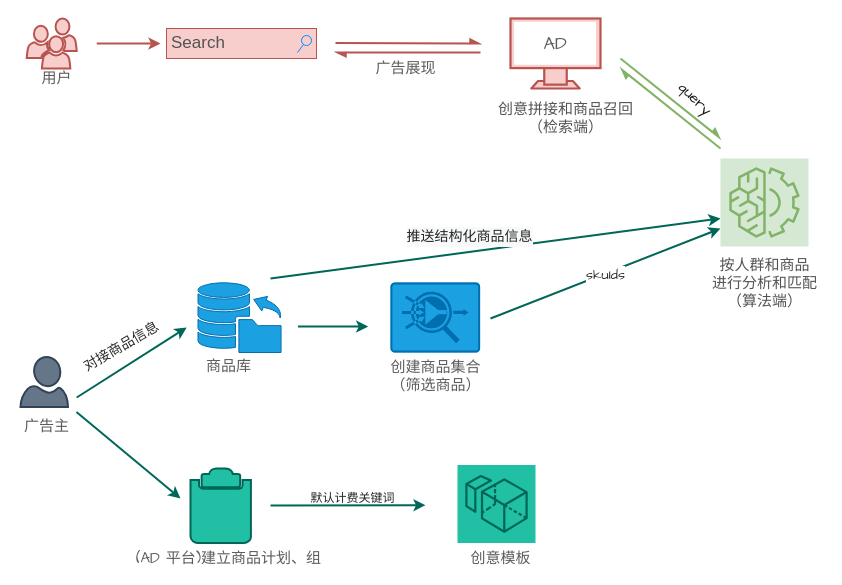
Jstarfish/picBed keeps this draw.io diagram as page "dpa流程" (2 of 6) of draw.io/dpa.drawio. Above is the earlier version. Source tidied: cells renumbered, new cells numbered last; positions are measured from the earlier drawing's top-left corner, leaving out a move shared by most shapes. Both pictures are drawn from the tidied source at 100%, with x=0, y=0 at pixel (16, 18).
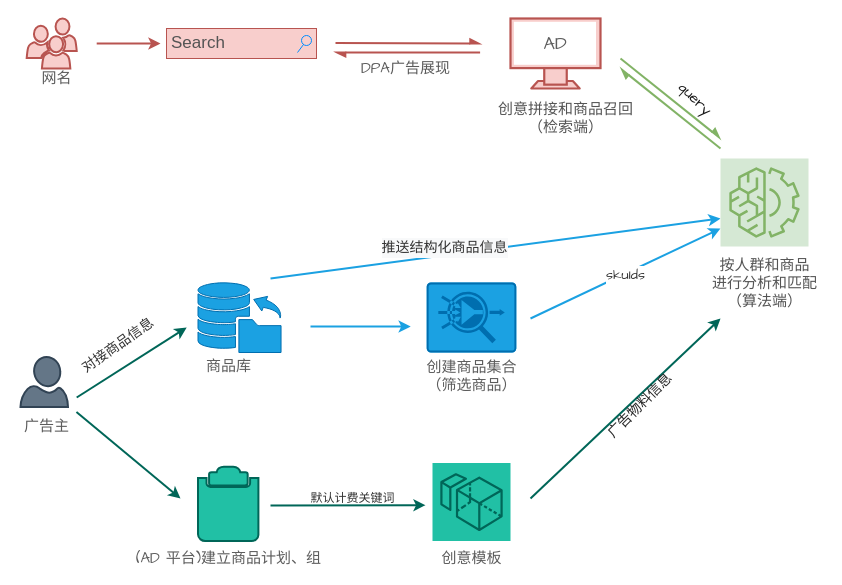
The same page after the edit.

The edit, as a diff of the source:
```diff
@@
-    <mxCell id="5" value="&lt;font style=&quot;font-size: 15px&quot; face=&quot;Comic Sans MS&quot;&gt;用户&lt;/font&gt;" style="text;html=1;align=center;verticalAlign=middle;fontColor=#5C5C5C;" parent="1" vertex="1">
+    <mxCell id="5" value="&lt;font style=&quot;font-size: 15px&quot; face=&quot;Comic Sans MS&quot;&gt;网名&lt;/font&gt;" style="text;html=1;align=center;verticalAlign=middle;fontColor=#5C5C5C;" parent="1" vertex="1">
       <mxGeometry x="15.2" y="50" width="50" height="20" as="geometry" />
     </mxCell>
@@
-    <mxCell id="9" style="edgeStyle=none;orthogonalLoop=1;jettySize=auto;html=1;strokeColor=#006658;fontColor=#5C5C5C;strokeWidth=2;" parent="1" edge="1">
+    <mxCell id="9" style="edgeStyle=none;orthogonalLoop=1;jettySize=auto;html=1;fontColor=#5C5C5C;strokeWidth=2;strokeColor=#1BA1E2;" parent="1" edge="1">
       <mxGeometry relative="1" as="geometry">
-        <mxPoint x="281.5" y="308" as="sourcePoint" />
-        <mxPoint x="351.7" y="308" as="targetPoint" />
+        <mxPoint x="294" y="308" as="sourcePoint" />
+        <mxPoint x="394.2" y="308" as="targetPoint" />
       </mxGeometry>
     </mxCell>
@@
     <mxCell id="12" style="shadow=0;dashed=0;html=1;labelPosition=center;verticalLabelPosition=bottom;verticalAlign=top;align=center;shape=mxgraph.veeam.failover_plan;fillColor=#21C0A5;strokeColor=#006658;fontColor=#5C5C5C;strokeWidth=2;" parent="1" vertex="1">
-      <mxGeometry x="174" y="450" width="60.4" height="74.4" as="geometry" />
+      <mxGeometry x="181.5" y="448.2" width="60.4" height="74.4" as="geometry" />
     </mxCell>
@@
     <mxCell id="14" style="verticalLabelPosition=bottom;html=1;verticalAlign=top;align=center;shape=mxgraph.cisco19.rect;prIcon=flow_collector;fillColor=#1ba1e2;strokeColor=#006EAF;fontColor=#ffffff;" parent="1" vertex="1">
-      <mxGeometry x="374" y="264" width="89.6" height="70" as="geometry" />
+      <mxGeometry x="410.2" y="264" width="89.6" height="70" as="geometry" />
     </mxCell>
     <mxCell id="15" value="&lt;font style=&quot;font-size: 15px&quot; face=&quot;Comic Sans MS&quot;&gt;创建商品集合&lt;br&gt;（筛选商品）&lt;/font&gt;" style="text;html=1;align=center;verticalAlign=middle;fontColor=#5C5C5C;" parent="1" vertex="1">
-      <mxGeometry x="363.8" y="338.4" width="110" height="40" as="geometry" />
+      <mxGeometry x="400" y="338.4" width="110" height="40" as="geometry" />
     </mxCell>
@@
     <mxCell id="18" style="fontColor=#5C5C5C;gradientDirection=north;dashed=0;verticalLabelPosition=bottom;verticalAlign=top;align=center;html=1;fontSize=12;fontStyle=0;shape=mxgraph.aws4.resourceIcon;resIcon=mxgraph.aws4.workspaces;rounded=0;sketch=0;fillColor=#21C0A5;strokeColor=#006658;" parent="1" vertex="1">
-      <mxGeometry x="441" y="446.4" width="78" height="78" as="geometry" />
+      <mxGeometry x="416" y="444.6" width="78" height="78" as="geometry" />
     </mxCell>
     <mxCell id="19" value="&lt;font face=&quot;Comic Sans MS&quot;&gt;&lt;span style=&quot;font-size: 15px&quot;&gt;创意模板&lt;/span&gt;&lt;/font&gt;" style="text;html=1;align=center;verticalAlign=middle;fontColor=#5C5C5C;" parent="1" vertex="1">
-      <mxGeometry x="444" y="530" width="80" height="20" as="geometry" />
+      <mxGeometry x="415" y="530" width="80" height="20" as="geometry" />
     </mxCell>
-    <mxCell id="20" style="edgeStyle=none;orthogonalLoop=1;jettySize=auto;html=1;strokeColor=#006658;fontColor=#5C5C5C;strokeWidth=2;" parent="1" edge="1">
+    <mxCell id="20" style="edgeStyle=none;orthogonalLoop=1;jettySize=auto;html=1;fontColor=#5C5C5C;strokeWidth=2;strokeColor=#1BA1E2;" parent="1" edge="1">
       <mxGeometry relative="1" as="geometry">
-        <mxPoint x="474" y="300" as="sourcePoint" />
+        <mxPoint x="514" y="300" as="sourcePoint" />
         <mxPoint x="704" y="210" as="targetPoint" />
       </mxGeometry>
     </mxCell>
-    <mxCell id="21" value="&lt;font style=&quot;font-size: 14px&quot;&gt;skuIds&lt;/font&gt;" style="edgeLabel;html=1;align=center;verticalAlign=middle;fontFamily=Comic Sans MS;fontSize=15;fontColor=#2B2B2B;" parent="20" vertex="1">
+    <mxCell id="21" value="&lt;font style=&quot;font-size: 14px&quot; color=&quot;#333333&quot;&gt;skuIds&lt;/font&gt;" style="edgeLabel;html=1;align=center;verticalAlign=middle;fontFamily=Comic Sans MS;fontSize=15;fontColor=#2B2B2B;" parent="20" vertex="1">
       <mxGeometry relative="1" as="geometry" />
     </mxCell>
@@
-    <mxCell id="24" value="&lt;font face=&quot;Comic Sans MS&quot; style=&quot;font-size: 15px&quot;&gt;广告展现&lt;/font&gt;" style="text;html=1;align=center;verticalAlign=middle;fontColor=#5C5C5C;" parent="1" vertex="1">
-      <mxGeometry x="349" y="40" width="80" height="20" as="geometry" />
+    <mxCell id="24" value="&lt;font face=&quot;Comic Sans MS&quot; style=&quot;font-size: 15px&quot;&gt;DPA广告展现&lt;/font&gt;" style="text;html=1;align=center;verticalAlign=middle;fontColor=#5C5C5C;" parent="1" vertex="1">
+      <mxGeometry x="334" y="40" width="110" height="20" as="geometry" />
     </mxCell>
@@
-    <mxCell id="26" style="edgeStyle=none;orthogonalLoop=1;jettySize=auto;html=1;strokeColor=#006658;fontColor=#5C5C5C;strokeWidth=2;" parent="1" edge="1">
+    <mxCell id="26" style="edgeStyle=none;orthogonalLoop=1;jettySize=auto;html=1;fontColor=#5C5C5C;strokeWidth=2;strokeColor=#1BA1E2;" parent="1" edge="1">
       <mxGeometry relative="1" as="geometry">
         <mxPoint x="254" y="260" as="sourcePoint" />
         <mxPoint x="704" y="200" as="targetPoint" />
       </mxGeometry>
     </mxCell>
-    <mxCell id="27" value="&lt;span style=&quot;font-size: 14px ; background-color: rgb(248 , 249 , 250)&quot;&gt;&lt;font color=&quot;#262626&quot;&gt;推送结构化商品信息&lt;/font&gt;&lt;/span&gt;" style="edgeLabel;html=1;align=center;verticalAlign=middle;fontSize=15;fontFamily=Comic Sans MS;" parent="26" vertex="1">
+    <mxCell id="27" value="&lt;span style=&quot;font-size: 14px ; background-color: rgb(248 , 249 , 250)&quot;&gt;&lt;font color=&quot;#333333&quot;&gt;推送结构化商品信息&lt;/font&gt;&lt;/span&gt;" style="edgeLabel;html=1;align=center;verticalAlign=middle;fontSize=15;fontFamily=Comic Sans MS;rotation=0;" parent="26" vertex="1">
       <mxGeometry x="-0.07" y="2" relative="1" as="geometry">
-        <mxPoint x="-10" y="-13" as="offset" />
+        <mxPoint x="-35" y="-2" as="offset" />
       </mxGeometry>
     </mxCell>
@@
     <mxCell id="30" style="endArrow=async;html=1;strokeColor=#b85450;strokeWidth=2;fillColor=#f8cecc;fontColor=#5C5C5C;endFill=1;" parent="1" edge="1">
       <mxGeometry relative="1" as="geometry">
-        <mxPoint x="464" y="34" as="sourcePoint" />
-        <mxPoint x="319" y="34" as="targetPoint" />
+        <mxPoint x="463.6" y="34" as="sourcePoint" />
+        <mxPoint x="318.6" y="34" as="targetPoint" />
       </mxGeometry>
     </mxCell>
-    <mxCell id="31" value="&lt;font style=&quot;font-size: 14px&quot; face=&quot;Comic Sans MS&quot; color=&quot;#2b2b2b&quot;&gt;对接商品信息&lt;/font&gt;" style="text;html=1;align=center;verticalAlign=middle;strokeColor=none;rotation=-30;" parent="1" vertex="1">
-      <mxGeometry x="55" y="319" width="100" height="20" as="geometry" />
+    <mxCell id="31" value="&lt;font style=&quot;font-size: 14px&quot; face=&quot;Comic Sans MS&quot; color=&quot;#333333&quot;&gt;对接商品信息&lt;/font&gt;" style="text;html=1;align=center;verticalAlign=middle;strokeColor=none;rotation=-35;" parent="1" vertex="1">
+      <mxGeometry x="51.5" y="318.4" width="100" height="20" as="geometry" />
     </mxCell>
@@
-    <mxCell id="33" value="&lt;font color=&quot;#262626&quot;&gt;默认计费关键词&lt;/font&gt;" style="text;html=1;strokeColor=none;fillColor=none;align=center;verticalAlign=middle;whiteSpace=wrap;rounded=0;" parent="1" vertex="1">
+    <mxCell id="33" value="&lt;font color=&quot;#333333&quot; face=&quot;Comic Sans MS&quot;&gt;默认计费关键词&lt;/font&gt;" style="text;html=1;strokeColor=none;fillColor=none;align=center;verticalAlign=middle;whiteSpace=wrap;rounded=0;" parent="1" vertex="1">
       <mxGeometry x="264" y="470" width="145" height="20" as="geometry" />
     </mxCell>
@@
+    <mxCell id="37" style="orthogonalLoop=1;jettySize=auto;html=1;strokeColor=#006658;fontColor=#5C5C5C;strokeWidth=2;" parent="1" edge="1">
+      <mxGeometry relative="1" as="geometry">
+        <mxPoint x="514" y="480" as="sourcePoint" />
+        <mxPoint x="704" y="300" as="targetPoint" />
+      </mxGeometry>
+    </mxCell>
+    <mxCell id="38" value="&lt;font style=&quot;font-size: 14px&quot; color=&quot;#262626&quot; face=&quot;Comic Sans MS&quot;&gt;广告物料信息&lt;/font&gt;" style="text;html=1;align=center;verticalAlign=middle;strokeColor=none;rotation=-45;" parent="1" vertex="1">
+      <mxGeometry x="574" y="378.4" width="100" height="20" as="geometry" />
+    </mxCell>
```
